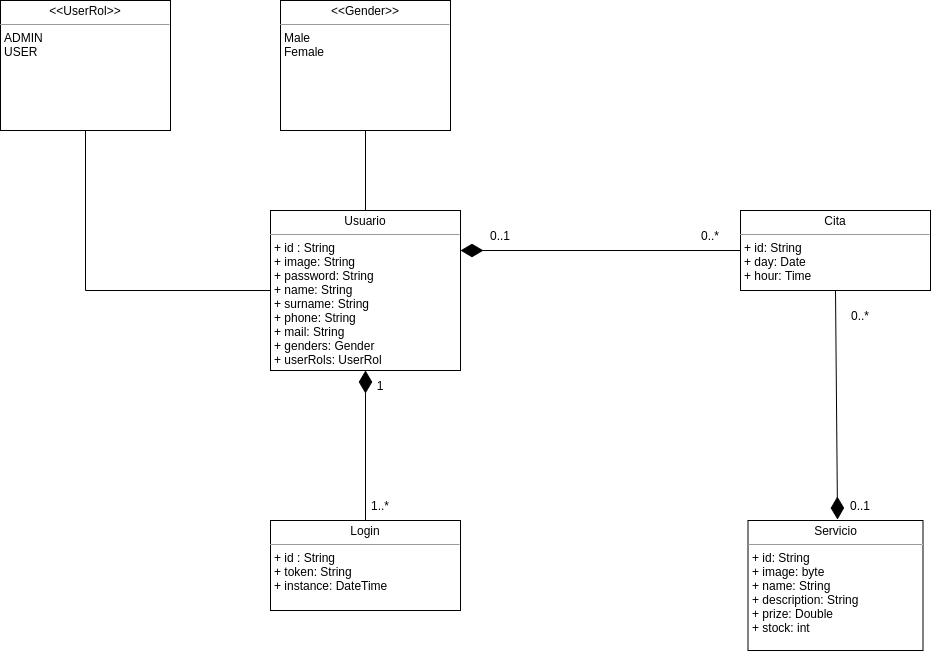
The draw.io diagram Diagramas/peluqueria.png in Nerd-Geek/PeluqueriaDAM, before a commit. Source tidied: cells renumbered, new cells last; positions are measured from the earlier drawing's top-left corner, leaving out a move shared by most shapes.
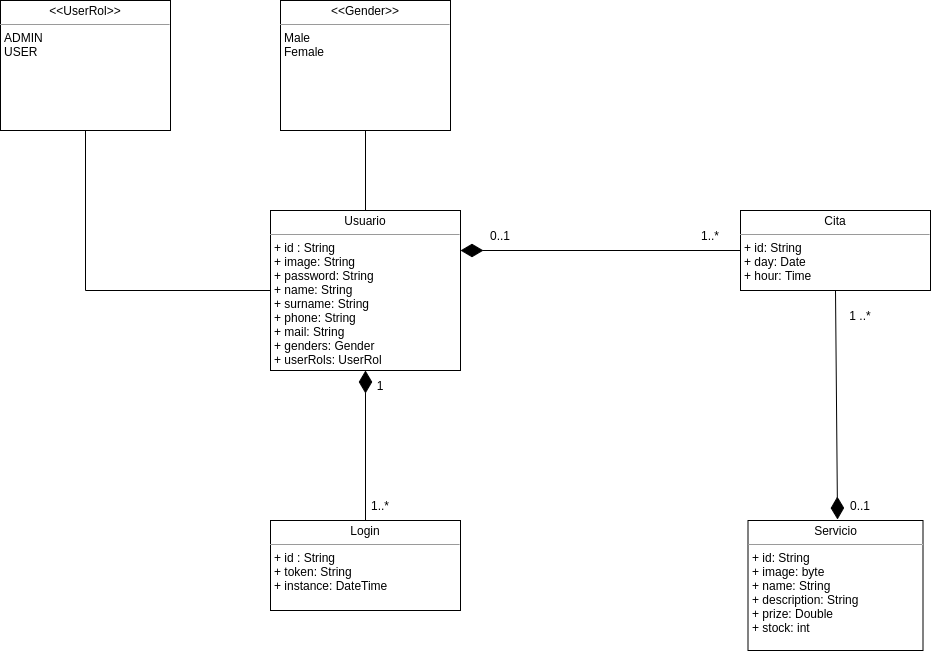
The same diagram one commit later.

What changed in the source:
```diff
@@ -29,13 +29,13 @@
     <mxCell id="10" value="0..1" style="text;html=1;strokeColor=none;fillColor=none;align=center;verticalAlign=middle;whiteSpace=wrap;rounded=0;" parent="1" vertex="1">
       <mxGeometry x="470" y="220" width="60" height="30" as="geometry" />
     </mxCell>
-    <mxCell id="11" value="0..*" style="text;html=1;strokeColor=none;fillColor=none;align=center;verticalAlign=middle;whiteSpace=wrap;rounded=0;" parent="1" vertex="1">
+    <mxCell id="11" value="1..*" style="text;html=1;strokeColor=none;fillColor=none;align=center;verticalAlign=middle;whiteSpace=wrap;rounded=0;" parent="1" vertex="1">
       <mxGeometry x="680" y="220" width="60" height="30" as="geometry" />
     </mxCell>
     <mxCell id="12" style="endArrow=diamondThin;html=1;rounded=0;endSize=20;strokeWidth=1;entryX=0.117;entryY=0.967;entryDx=0;entryDy=0;exitX=0.5;exitY=1;exitDx=0;exitDy=0;endFill=1;entryPerimeter=0;" parent="1" edge="1" source="3" target="14">
       <mxGeometry relative="1" as="geometry" />
     </mxCell>
-    <mxCell id="13" value="0..*" style="text;html=1;strokeColor=none;fillColor=none;align=center;verticalAlign=middle;whiteSpace=wrap;rounded=0;" parent="1" vertex="1">
+    <mxCell id="13" value="1 ..*" style="text;html=1;strokeColor=none;fillColor=none;align=center;verticalAlign=middle;whiteSpace=wrap;rounded=0;" parent="1" vertex="1">
       <mxGeometry x="830" y="300" width="60" height="30" as="geometry" />
     </mxCell>
     <mxCell id="14" value="0..1" style="text;html=1;strokeColor=none;fillColor=none;align=center;verticalAlign=middle;whiteSpace=wrap;rounded=0;" parent="1" vertex="1">
```
